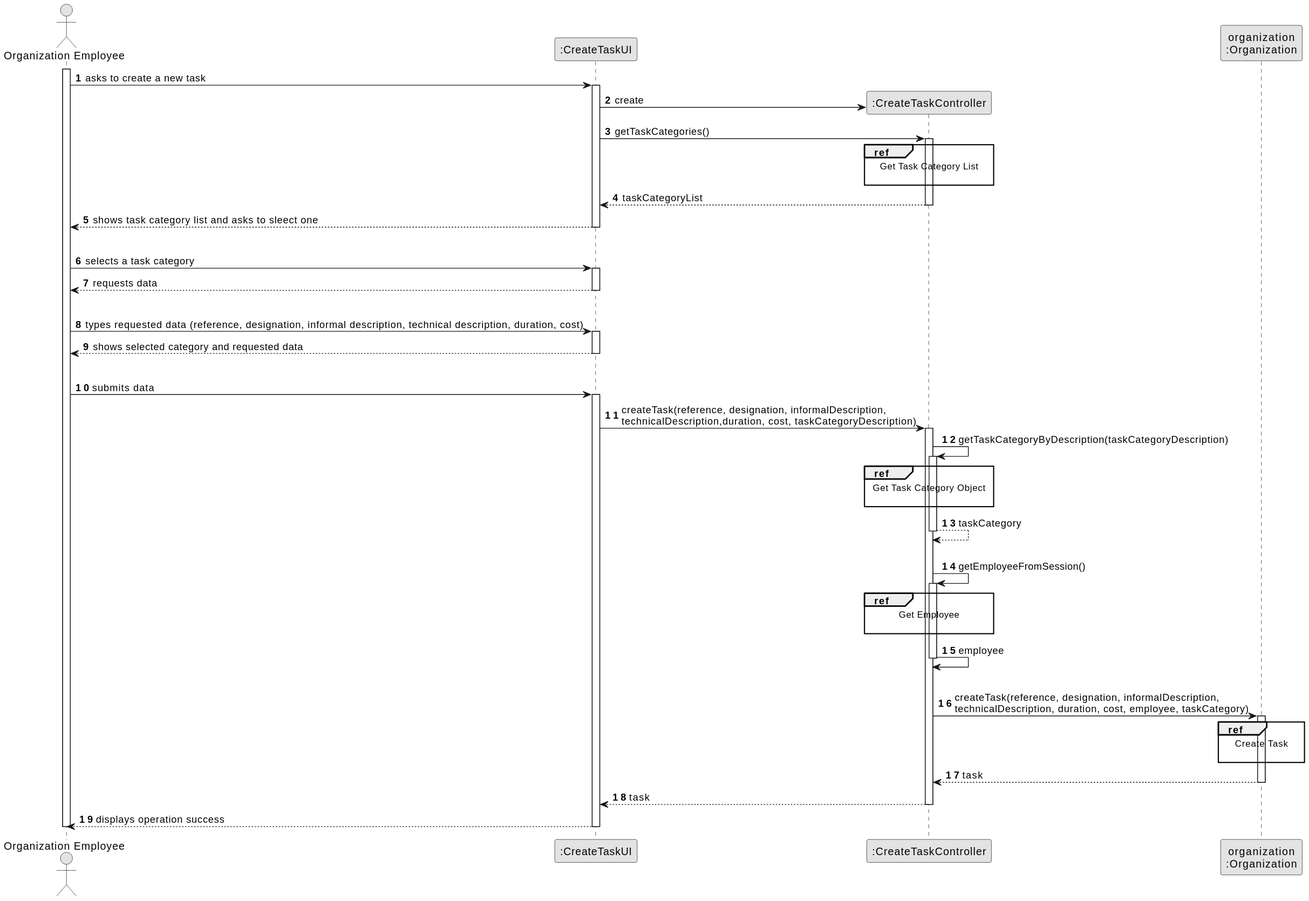
The PlantUML diagram docs/tp1/svg/uc6-sequence-diagram-smaller.svg in PureNimble/ISEP-LAPR2, before a commit.
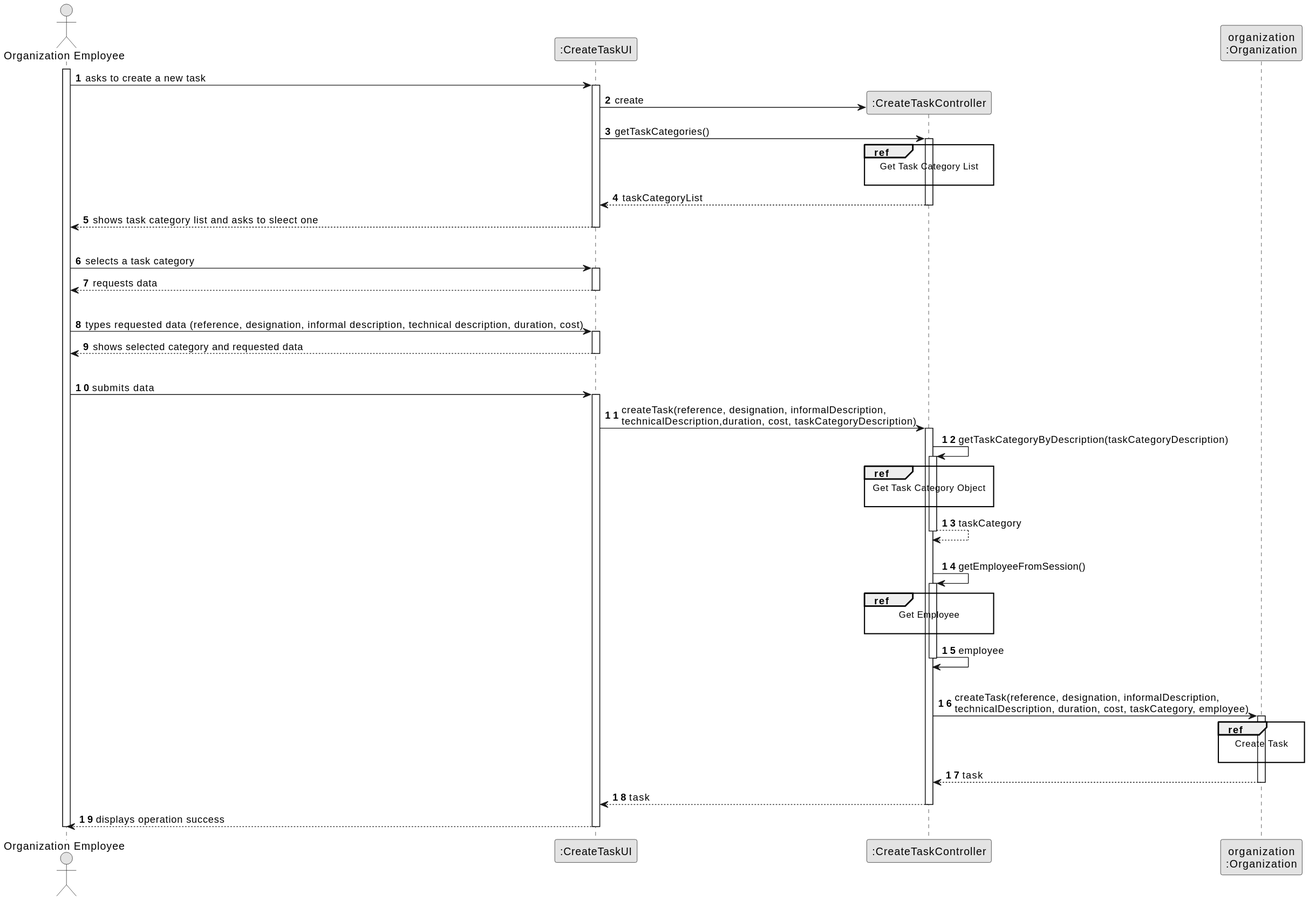
Later version of the same file.

Diff of the diagram source:
```diff
@@ -74,7 +74,7 @@
             deactivate CTRL
 
             |||
-            CTRL -> ORG: createTask(reference, designation, informalDescription,\ntechnicalDescription, duration, cost, employee, taskCategory)
+            CTRL -> ORG: createTask(reference, designation, informalDescription,\ntechnicalDescription, duration, cost, taskCategory, employee)
             activate ORG
 
                 ref over ORG
```
